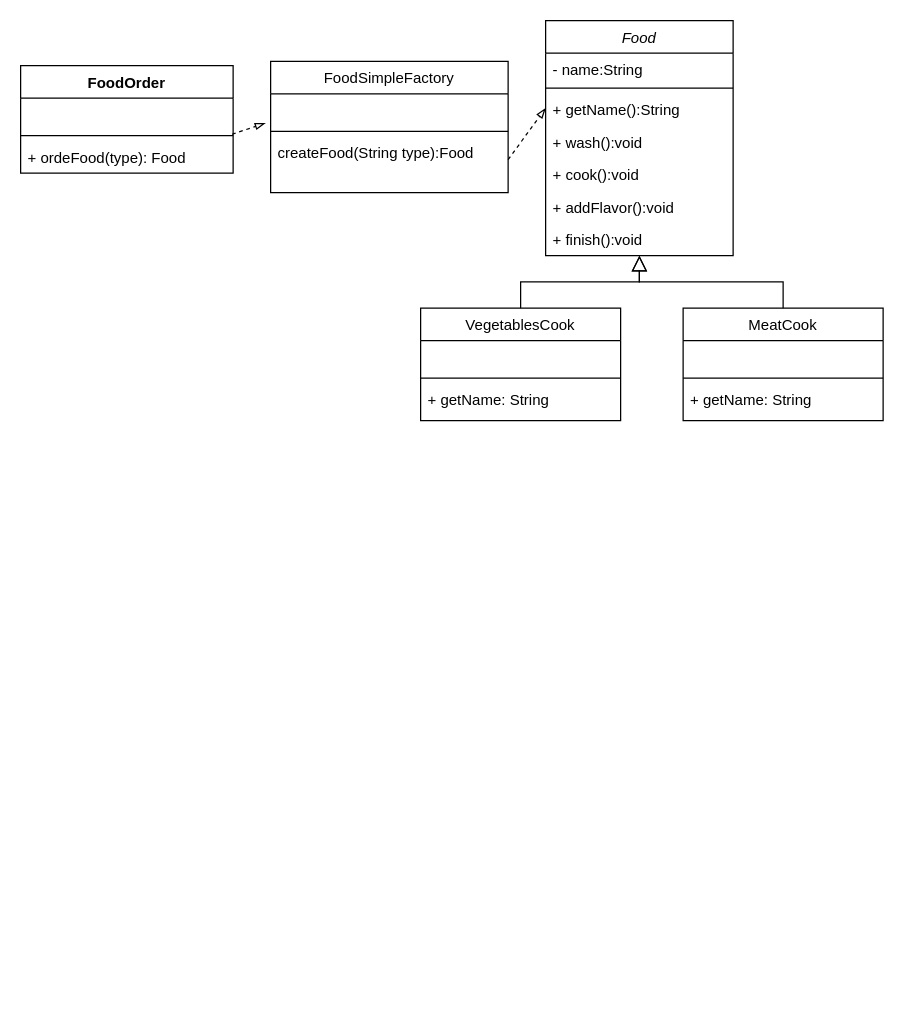
This is pattern_design.drawio from choustark/j_pattern, a draw.io file, before an edit. Source tidied: cells renumbered, new cells numbered last; positions are measured from the earlier drawing's top-left corner, leaving out a move shared by most shapes. Both pictures are drawn from the tidied source at 125%, with x=0, y=0 at pixel (20, 20).
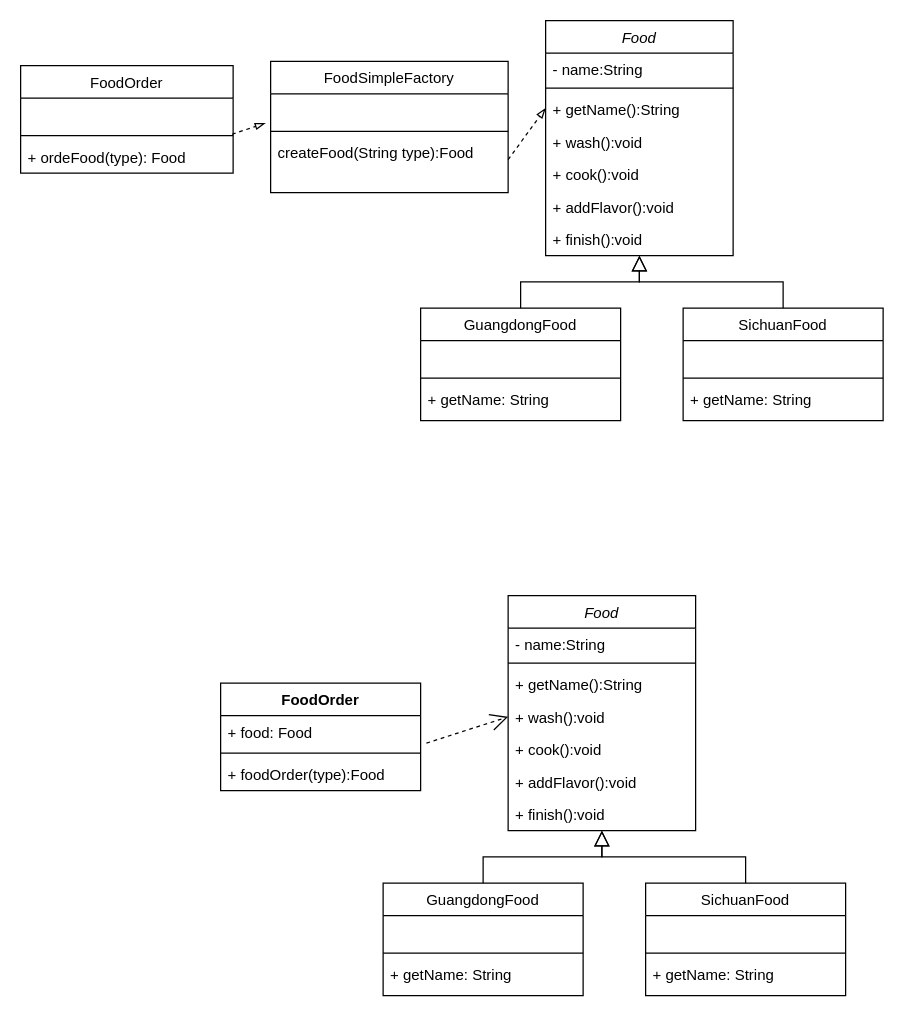
The same diagram, later.

The edit, as a diff of the source:
```diff
@@
-    <mxCell id="10" value="VegetablesCook" style="swimlane;fontStyle=0;align=center;verticalAlign=top;horizontal=1;startSize=26;rounded=0;shadow=0;strokeWidth=1;" parent="1" vertex="1">
+    <mxCell id="10" value="GuangdongFood" style="swimlane;fontStyle=0;align=center;verticalAlign=top;horizontal=1;startSize=26;rounded=0;shadow=0;strokeWidth=1;" parent="1" vertex="1">
       <mxGeometry x="320" y="230" width="160" height="90" as="geometry" />
     </mxCell>
@@
-    <mxCell id="15" value="MeatCook" style="swimlane;fontStyle=0;align=center;verticalAlign=top;horizontal=1;startSize=26;rounded=0;shadow=0;strokeWidth=1;" parent="1" vertex="1">
+    <mxCell id="15" value="SichuanFood" style="swimlane;fontStyle=0;align=center;verticalAlign=top;horizontal=1;startSize=26;rounded=0;shadow=0;strokeWidth=1;" parent="1" vertex="1">
       <mxGeometry x="530" y="230" width="160" height="90" as="geometry" />
     </mxCell>
@@
-    <mxCell id="25" value="FoodOrder" style="swimlane;fontStyle=1;align=center;verticalAlign=top;horizontal=1;startSize=26;" parent="1" vertex="1">
+    <mxCell id="25" value="FoodOrder" style="swimlane;fontStyle=0;align=center;verticalAlign=top;horizontal=1;startSize=26;" parent="1" vertex="1">
       <mxGeometry y="36" width="170" height="86" as="geometry" />
     </mxCell>
@@
+    <mxCell id="30" value="Food" style="swimlane;fontStyle=2;align=center;verticalAlign=top;horizontal=1;startSize=26;rounded=0;shadow=0;strokeWidth=1;" parent="1" vertex="1">
+      <mxGeometry x="390" y="460" width="150" height="188" as="geometry" />
+    </mxCell>
+    <mxCell id="31" value="- name:String&#10;" style="text;align=left;verticalAlign=top;spacingLeft=4;spacingRight=4;overflow=hidden;rounded=0;shadow=0;html=0;" parent="30" vertex="1">
+      <mxGeometry y="26" width="150" height="24" as="geometry" />
+    </mxCell>
+    <mxCell id="32" style="line;html=1;strokeWidth=1;align=left;verticalAlign=middle;spacingTop=-1;spacingLeft=3;spacingRight=3;labelPosition=right;" parent="30" vertex="1">
+      <mxGeometry y="50" width="150" height="8" as="geometry" />
+    </mxCell>
+    <mxCell id="33" value="+ getName():String" style="text;align=left;verticalAlign=top;spacingLeft=4;spacingRight=4;overflow=hidden;rounded=0;shadow=0;html=0;" parent="30" vertex="1">
+      <mxGeometry y="58" width="150" height="26" as="geometry" />
+    </mxCell>
+    <mxCell id="34" value="+ wash():void" style="text;align=left;verticalAlign=top;spacingLeft=4;spacingRight=4;overflow=hidden;points=[[0,0.5],[1,0.5]];portConstraint=eastwest;rounded=0;shadow=0;html=0;" parent="30" vertex="1">
+      <mxGeometry y="84" width="150" height="26" as="geometry" />
+    </mxCell>
+    <mxCell id="35" value="+ cook():void" style="text;align=left;verticalAlign=top;spacingLeft=4;spacingRight=4;overflow=hidden;rounded=0;shadow=0;html=0;" parent="30" vertex="1">
+      <mxGeometry y="110" width="150" height="26" as="geometry" />
+    </mxCell>
+    <mxCell id="36" value="+ addFlavor():void" style="text;align=left;verticalAlign=top;spacingLeft=4;spacingRight=4;overflow=hidden;rounded=0;shadow=0;html=0;" parent="30" vertex="1">
+      <mxGeometry y="136" width="150" height="26" as="geometry" />
+    </mxCell>
+    <mxCell id="37" value="+ finish():void" style="text;align=left;verticalAlign=top;spacingLeft=4;spacingRight=4;overflow=hidden;rounded=0;shadow=0;html=0;" parent="30" vertex="1">
+      <mxGeometry y="162" width="150" height="26" as="geometry" />
+    </mxCell>
+    <mxCell id="38" value="GuangdongFood" style="swimlane;fontStyle=0;align=center;verticalAlign=top;horizontal=1;startSize=26;rounded=0;shadow=0;strokeWidth=1;" parent="1" vertex="1">
+      <mxGeometry x="290" y="690" width="160" height="90" as="geometry" />
+    </mxCell>
+    <mxCell id="39" value=" " style="text;align=left;verticalAlign=top;spacingLeft=4;spacingRight=4;overflow=hidden;" parent="38" vertex="1">
+      <mxGeometry y="26" width="160" height="26" as="geometry" />
+    </mxCell>
+    <mxCell id="40" style="line;html=1;strokeWidth=1;align=left;verticalAlign=middle;spacingTop=-1;spacingLeft=3;spacingRight=3;labelPosition=right;" parent="38" vertex="1">
+      <mxGeometry y="52" width="160" height="8" as="geometry" />
+    </mxCell>
+    <mxCell id="41" value="+ getName: String" style="text;strokeColor=none;fillColor=none;align=left;verticalAlign=top;spacingLeft=4;spacingRight=4;overflow=hidden;" parent="38" vertex="1">
+      <mxGeometry y="60" width="160" height="26" as="geometry" />
+    </mxCell>
+    <mxCell id="42" style="endArrow=block;endSize=10;endFill=0;shadow=0;strokeWidth=1;rounded=0;edgeStyle=elbowEdgeStyle;elbow=vertical;" parent="1" edge="1" source="38" target="30">
+      <mxGeometry relative="1" as="geometry" />
+    </mxCell>
+    <mxCell id="43" value="SichuanFood" style="swimlane;fontStyle=0;align=center;verticalAlign=top;horizontal=1;startSize=26;rounded=0;shadow=0;strokeWidth=1;" parent="1" vertex="1">
+      <mxGeometry x="500" y="690" width="160" height="90" as="geometry" />
+    </mxCell>
+    <mxCell id="44" value=" " style="text;align=left;verticalAlign=top;spacingLeft=4;spacingRight=4;overflow=hidden;" parent="43" vertex="1">
+      <mxGeometry y="26" width="160" height="26" as="geometry" />
+    </mxCell>
+    <mxCell id="45" style="line;html=1;strokeWidth=1;align=left;verticalAlign=middle;spacingTop=-1;spacingLeft=3;spacingRight=3;labelPosition=right;" parent="43" vertex="1">
+      <mxGeometry y="52" width="160" height="8" as="geometry" />
+    </mxCell>
+    <mxCell id="46" value="+ getName: String" style="text;strokeColor=none;fillColor=none;align=left;verticalAlign=top;spacingLeft=4;spacingRight=4;overflow=hidden;" parent="43" vertex="1">
+      <mxGeometry y="60" width="160" height="26" as="geometry" />
+    </mxCell>
+    <mxCell id="47" style="endArrow=block;endSize=10;endFill=0;shadow=0;strokeWidth=1;rounded=0;edgeStyle=elbowEdgeStyle;elbow=vertical;" parent="1" edge="1" source="43" target="30">
+      <mxGeometry relative="1" as="geometry" />
+    </mxCell>
+    <mxCell id="48" value="FoodOrder" style="swimlane;fontStyle=1;align=center;verticalAlign=top;horizontal=1;startSize=26;" parent="1" vertex="1">
+      <mxGeometry x="160" y="530" width="160" height="86" as="geometry" />
+    </mxCell>
+    <mxCell id="49" value="+ food: Food" style="text;strokeColor=none;fillColor=none;align=left;verticalAlign=top;spacingLeft=4;spacingRight=4;overflow=hidden;points=[[0,0.5],[1,0.5]];portConstraint=eastwest;" parent="48" vertex="1">
+      <mxGeometry y="26" width="160" height="26" as="geometry" />
+    </mxCell>
+    <mxCell id="50" style="line;strokeWidth=1;fillColor=none;align=left;verticalAlign=middle;spacingTop=-1;spacingLeft=3;spacingRight=3;labelPosition=right;strokeColor=inherit;" parent="48" vertex="1">
+      <mxGeometry y="52" width="160" height="8" as="geometry" />
+    </mxCell>
+    <mxCell id="51" value="+ foodOrder(type):Food" style="text;strokeColor=none;fillColor=none;align=left;verticalAlign=top;spacingLeft=4;spacingRight=4;overflow=hidden;" parent="48" vertex="1">
+      <mxGeometry y="60" width="160" height="26" as="geometry" />
+    </mxCell>
+    <mxCell id="52" style="endArrow=open;dashed=1;endFill=0;endSize=12;html=1;rounded=0;entryX=0;entryY=0.5;entryDx=0;entryDy=0;exitX=1.029;exitY=0.846;exitDx=0;exitDy=0;exitPerimeter=0;" parent="1" edge="1" source="49" target="34">
+      <mxGeometry relative="1" as="geometry" />
+    </mxCell>
```
